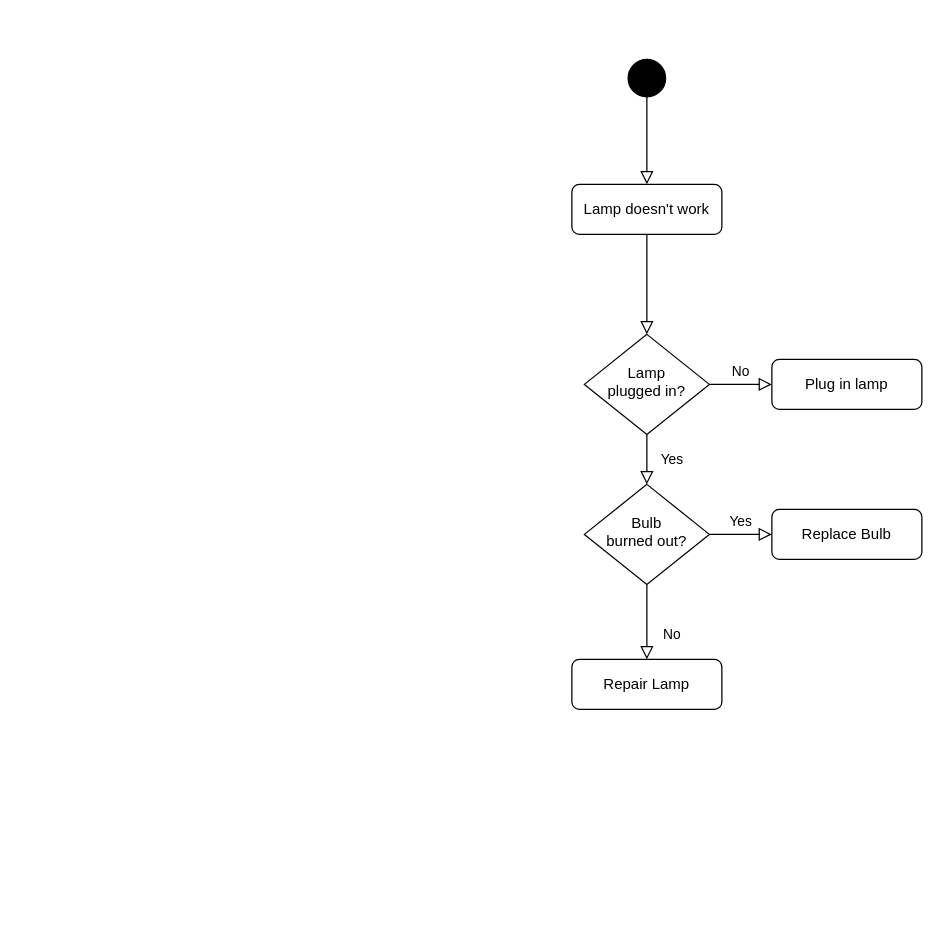
The draw.io diagram Diagrammes/diagramme activité jouer partie.drawio in Igniiis/projet_splendor, before the edit. Source tidied: cells renumbered, new cells numbered last; positions are measured from the earlier drawing's top-left corner, leaving out a move shared by most shapes. Both pictures are drawn from the tidied source at 125%, with x=0, y=0 at pixel (571, 59).
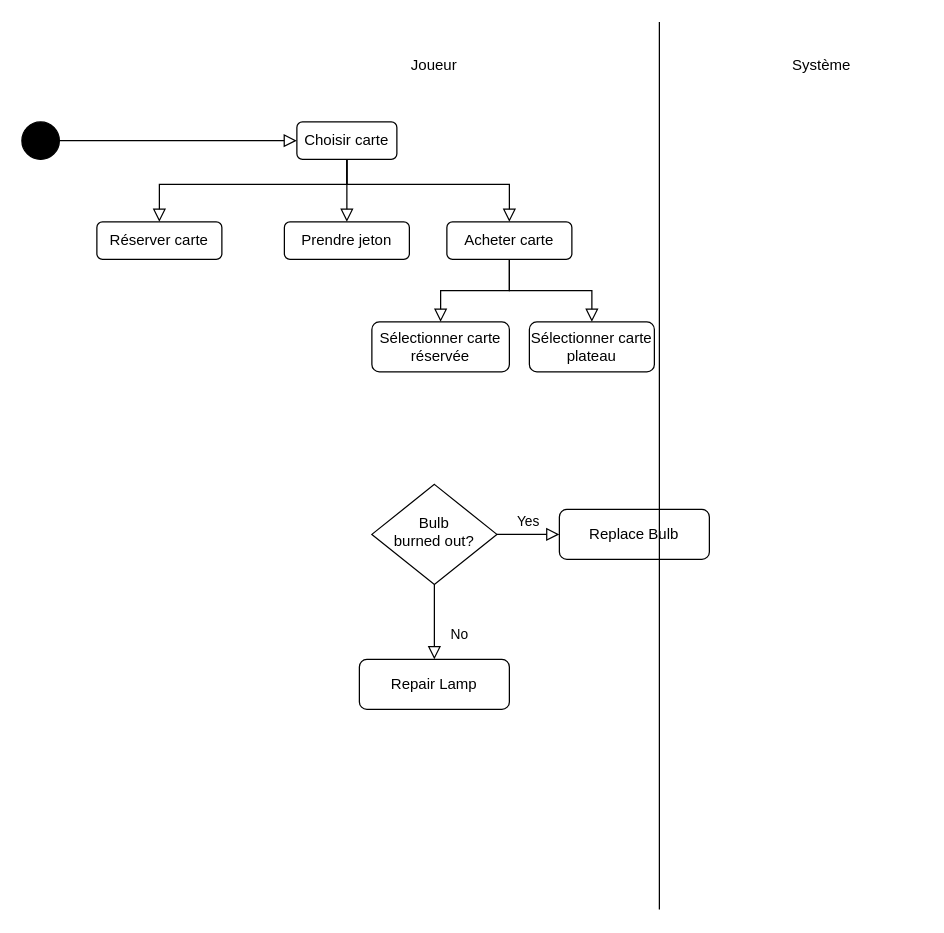
The same page after the edit.

Commit message (it also covers changes not shown here):
Mettre à jour diagramme activité jouer partie.drawio

What changed in the source:
```diff
@@
-    <mxCell id="2" style="rounded=0;html=1;jettySize=auto;fontSize=11;endArrow=block;endFill=0;endSize=8;strokeWidth=1;shadow=0;labelBackgroundColor=none;edgeStyle=orthogonalEdgeStyle;" parent="1" edge="1" source="3" target="6">
-      <mxGeometry relative="1" as="geometry" />
+    <mxCell id="2" style="rounded=0;html=1;jettySize=auto;fontSize=11;endArrow=block;endFill=0;endSize=8;strokeWidth=1;shadow=0;labelBackgroundColor=none;edgeStyle=orthogonalEdgeStyle;" parent="1" edge="1" source="3" target="7">
+      <mxGeometry relative="1" as="geometry">
+        <Array as="points">
+          <mxPoint x="-180" y="100" />
+          <mxPoint x="-50" y="100" />
+        </Array>
+      </mxGeometry>
     </mxCell>
-    <mxCell id="3" value="Lamp doesn't work" style="rounded=1;whiteSpace=wrap;html=1;fontSize=12;glass=0;strokeWidth=1;shadow=0;" parent="1" vertex="1">
-      <mxGeometry y="100" width="120" height="40" as="geometry" />
+    <mxCell id="3" value="Choisir carte" style="rounded=1;whiteSpace=wrap;html=1;fontSize=12;glass=0;strokeWidth=1;shadow=0;" parent="1" vertex="1">
+      <mxGeometry x="-220" y="50" width="80" height="30" as="geometry" />
     </mxCell>
-    <mxCell id="4" value="Yes" style="rounded=0;html=1;jettySize=auto;fontSize=11;endArrow=block;endFill=0;endSize=8;strokeWidth=1;shadow=0;labelBackgroundColor=none;edgeStyle=orthogonalEdgeStyle;" parent="1" edge="1" source="6" target="10">
-      <mxGeometry y="20" relative="1" as="geometry" />
-    </mxCell>
-    <mxCell id="5" value="No" style="edgeStyle=orthogonalEdgeStyle;rounded=0;html=1;jettySize=auto;fontSize=11;endArrow=block;endFill=0;endSize=8;strokeWidth=1;shadow=0;labelBackgroundColor=none;" parent="1" edge="1" source="6" target="7">
-      <mxGeometry y="10" relative="1" as="geometry" />
-    </mxCell>
-    <mxCell id="6" value="Lamp&lt;br&gt;plugged in?" style="rhombus;whiteSpace=wrap;html=1;shadow=0;fontFamily=Helvetica;fontSize=12;align=center;strokeWidth=1;spacing=6;spacingTop=-4;" parent="1" vertex="1">
-      <mxGeometry x="10" y="220" width="100" height="80" as="geometry" />
-    </mxCell>
-    <mxCell id="7" value="Plug in lamp" style="rounded=1;whiteSpace=wrap;html=1;fontSize=12;glass=0;strokeWidth=1;shadow=0;" parent="1" vertex="1">
-      <mxGeometry x="160" y="240" width="120" height="40" as="geometry" />
+    <mxCell id="7" value="Acheter carte" style="rounded=1;whiteSpace=wrap;html=1;fontSize=12;glass=0;strokeWidth=1;shadow=0;" parent="1" vertex="1">
+      <mxGeometry x="-100" y="130" width="100" height="30" as="geometry" />
     </mxCell>
@@
     <mxCell id="10" value="Bulb&lt;br&gt;burned out?" style="rhombus;whiteSpace=wrap;html=1;shadow=0;fontFamily=Helvetica;fontSize=12;align=center;strokeWidth=1;spacing=6;spacingTop=-4;" parent="1" vertex="1">
-      <mxGeometry x="10" y="340" width="100" height="80" as="geometry" />
+      <mxGeometry x="-160" y="340" width="100" height="80" as="geometry" />
     </mxCell>
     <mxCell id="11" value="Repair Lamp" style="rounded=1;whiteSpace=wrap;html=1;fontSize=12;glass=0;strokeWidth=1;shadow=0;" parent="1" vertex="1">
-      <mxGeometry y="480" width="120" height="40" as="geometry" />
+      <mxGeometry x="-170" y="480" width="120" height="40" as="geometry" />
     </mxCell>
     <mxCell id="12" value="Replace Bulb" style="rounded=1;whiteSpace=wrap;html=1;fontSize=12;glass=0;strokeWidth=1;shadow=0;" parent="1" vertex="1">
-      <mxGeometry x="160" y="360" width="120" height="40" as="geometry" />
+      <mxGeometry x="-10" y="360" width="120" height="40" as="geometry" />
     </mxCell>
     <mxCell id="13" style="ellipse;whiteSpace=wrap;html=1;fillColor=#000000;" parent="1" vertex="1">
-      <mxGeometry x="45" width="30" height="30" as="geometry" />
+      <mxGeometry x="-440" y="50" width="30" height="30" as="geometry" />
     </mxCell>
@@
+    <mxCell id="15" value="Joueur" style="text;html=1;strokeColor=none;fillColor=none;align=center;verticalAlign=middle;whiteSpace=wrap;rounded=0;" parent="1" vertex="1">
+      <mxGeometry x="-140" y="-10" width="60" height="30" as="geometry" />
+    </mxCell>
+    <mxCell id="16" value="Système" style="text;html=1;strokeColor=none;fillColor=none;align=center;verticalAlign=middle;whiteSpace=wrap;rounded=0;" parent="1" vertex="1">
+      <mxGeometry x="170" y="-10" width="60" height="30" as="geometry" />
+    </mxCell>
+    <mxCell id="17" style="endArrow=none;html=1;rounded=0;" parent="1" edge="1">
+      <mxGeometry relative="1" as="geometry">
+        <mxPoint x="70" y="680" as="sourcePoint" />
+        <mxPoint x="70" y="-30" as="targetPoint" />
+      </mxGeometry>
+    </mxCell>
+    <mxCell id="18" value="Prendre jeton" style="rounded=1;whiteSpace=wrap;html=1;fontSize=12;glass=0;strokeWidth=1;shadow=0;" parent="1" vertex="1">
+      <mxGeometry x="-230" y="130" width="100" height="30" as="geometry" />
+    </mxCell>
+    <mxCell id="19" style="rounded=0;html=1;jettySize=auto;fontSize=11;endArrow=block;endFill=0;endSize=8;strokeWidth=1;shadow=0;labelBackgroundColor=none;edgeStyle=orthogonalEdgeStyle;" parent="1" edge="1" source="3" target="18">
+      <mxGeometry relative="1" as="geometry">
+        <Array as="points">
+          <mxPoint x="-180" y="90" />
+          <mxPoint x="-180" y="90" />
+        </Array>
+      </mxGeometry>
+    </mxCell>
+    <mxCell id="20" value="Réserver carte" style="rounded=1;whiteSpace=wrap;html=1;fontSize=12;glass=0;strokeWidth=1;shadow=0;" parent="1" vertex="1">
+      <mxGeometry x="-380" y="130" width="100" height="30" as="geometry" />
+    </mxCell>
+    <mxCell id="21" style="rounded=0;html=1;jettySize=auto;fontSize=11;endArrow=block;endFill=0;endSize=8;strokeWidth=1;shadow=0;labelBackgroundColor=none;edgeStyle=orthogonalEdgeStyle;" parent="1" edge="1" source="3" target="20">
+      <mxGeometry relative="1" as="geometry">
+        <Array as="points">
+          <mxPoint x="-180" y="100" />
+          <mxPoint x="-330" y="100" />
+        </Array>
+      </mxGeometry>
+    </mxCell>
+    <mxCell id="22" value="Sélectionner carte plateau" style="rounded=1;whiteSpace=wrap;html=1;fontSize=12;glass=0;strokeWidth=1;shadow=0;" parent="1" vertex="1">
+      <mxGeometry x="-34" y="210" width="100" height="40" as="geometry" />
+    </mxCell>
+    <mxCell id="23" style="rounded=0;html=1;jettySize=auto;fontSize=11;endArrow=block;endFill=0;endSize=8;strokeWidth=1;shadow=0;labelBackgroundColor=none;edgeStyle=orthogonalEdgeStyle;" parent="1" edge="1" source="7" target="22">
+      <mxGeometry y="20" relative="1" as="geometry" />
+    </mxCell>
+    <mxCell id="24" value="Sélectionner carte réservée" style="rounded=1;whiteSpace=wrap;html=1;fontSize=12;glass=0;strokeWidth=1;shadow=0;" parent="1" vertex="1">
+      <mxGeometry x="-160" y="210" width="110" height="40" as="geometry" />
+    </mxCell>
+    <mxCell id="25" style="rounded=0;html=1;jettySize=auto;fontSize=11;endArrow=block;endFill=0;endSize=8;strokeWidth=1;shadow=0;labelBackgroundColor=none;edgeStyle=orthogonalEdgeStyle;" parent="1" edge="1" source="7" target="24">
+      <mxGeometry y="20" relative="1" as="geometry" />
+    </mxCell>
```
